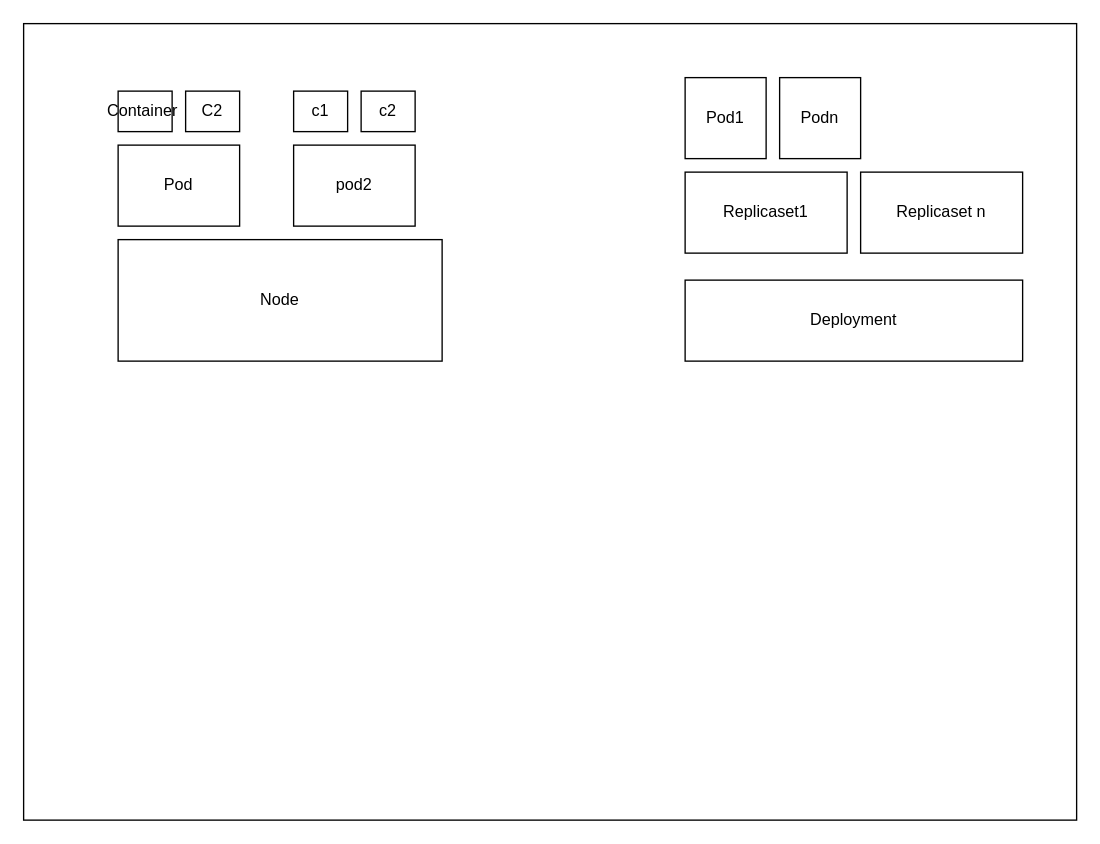
swanand7/spring-microservices-v2 keeps this draw.io diagram as 05.kubernetes/Untitled Diagram.drawio. Above is the earlier version. Source tidied: cells renumbered, new cells numbered last; positions are measured from the earlier drawing's top-left corner, leaving out a move shared by most shapes. Both pictures are drawn from the tidied source at 135%, with x=0, y=0 at pixel (23, 23).
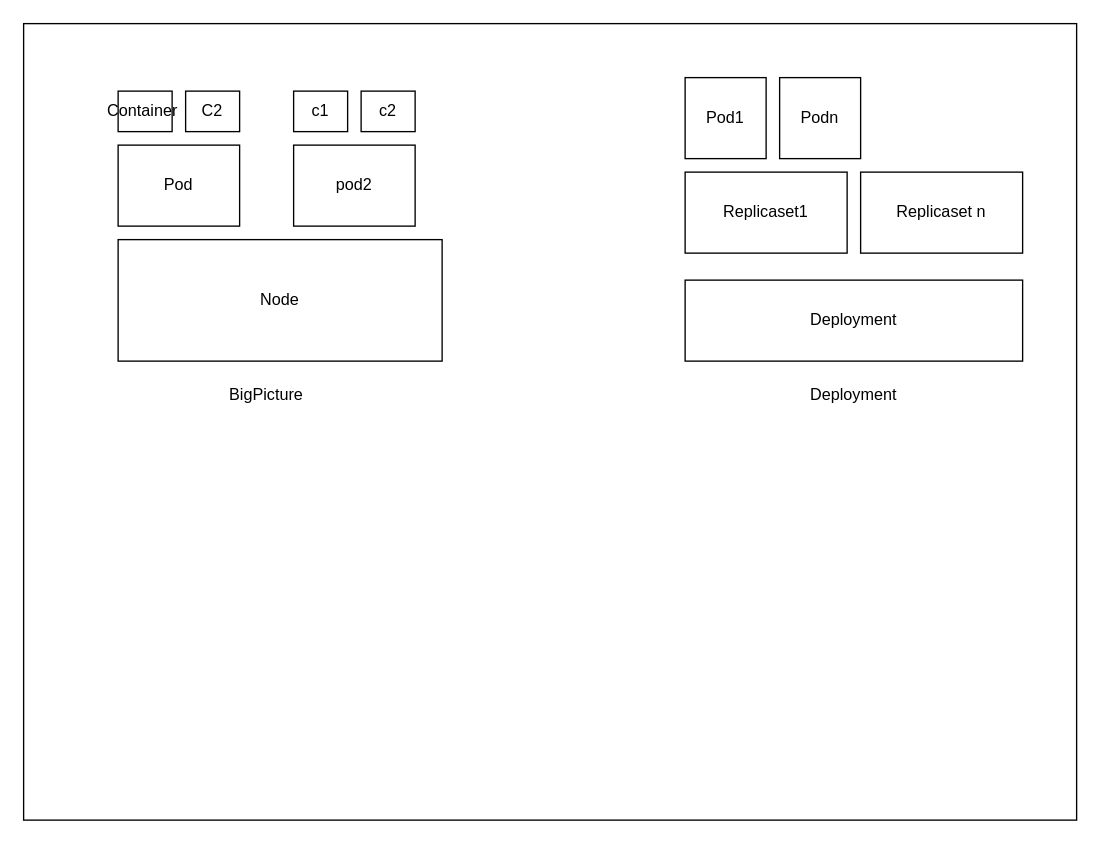
The same page after the edit.

What changed in the source:
```diff
@@
 <mxGraphModel>
   <root>
     <mxCell id="0" />
     <mxCell id="1" parent="0" />
     <mxCell id="2" style="rounded=0;whiteSpace=wrap;html=1;" parent="1" vertex="1">
       <mxGeometry width="780" height="590" as="geometry" />
     </mxCell>
     <mxCell id="3" value="Node" style="rounded=0;whiteSpace=wrap;html=1;" parent="1" vertex="1">
       <mxGeometry x="70" y="160" width="240" height="90" as="geometry" />
     </mxCell>
     <mxCell id="4" value="Pod" style="rounded=0;whiteSpace=wrap;html=1;" parent="1" vertex="1">
       <mxGeometry x="70" y="90" width="90" height="60" as="geometry" />
     </mxCell>
     <mxCell id="5" value="pod2" style="rounded=0;whiteSpace=wrap;html=1;" parent="1" vertex="1">
       <mxGeometry x="200" y="90" width="90" height="60" as="geometry" />
     </mxCell>
     <mxCell id="6" value="Container&lt;span style=&quot;white-space: pre;&quot;&gt; &lt;/span&gt;" style="rounded=0;whiteSpace=wrap;html=1;" parent="1" vertex="1">
       <mxGeometry x="70" y="50" width="40" height="30" as="geometry" />
     </mxCell>
     <mxCell id="7" value="C2" style="rounded=0;whiteSpace=wrap;html=1;" parent="1" vertex="1">
       <mxGeometry x="120" y="50" width="40" height="30" as="geometry" />
     </mxCell>
     <mxCell id="8" value="c1" style="rounded=0;whiteSpace=wrap;html=1;" parent="1" vertex="1">
       <mxGeometry x="200" y="50" width="40" height="30" as="geometry" />
     </mxCell>
     <mxCell id="9" value="c2" style="rounded=0;whiteSpace=wrap;html=1;" parent="1" vertex="1">
       <mxGeometry x="250" y="50" width="40" height="30" as="geometry" />
     </mxCell>
     <mxCell id="10" value="Deployment" style="rounded=0;whiteSpace=wrap;html=1;" parent="1" vertex="1">
       <mxGeometry x="490" y="190" width="250" height="60" as="geometry" />
     </mxCell>
     <mxCell id="11" value="Replicaset1" style="rounded=0;whiteSpace=wrap;html=1;" parent="1" vertex="1">
       <mxGeometry x="490" y="110" width="120" height="60" as="geometry" />
     </mxCell>
     <mxCell id="12" value="Replicaset n" style="rounded=0;whiteSpace=wrap;html=1;" parent="1" vertex="1">
       <mxGeometry x="620" y="110" width="120" height="60" as="geometry" />
     </mxCell>
     <mxCell id="13" value="Pod1" style="rounded=0;whiteSpace=wrap;html=1;" parent="1" vertex="1">
       <mxGeometry x="490" y="40" width="60" height="60" as="geometry" />
     </mxCell>
     <mxCell id="14" value="Podn" style="rounded=0;whiteSpace=wrap;html=1;" parent="1" vertex="1">
       <mxGeometry x="560" y="40" width="60" height="60" as="geometry" />
     </mxCell>
+    <mxCell id="15" value="BigPicture" style="text;html=1;strokeColor=none;fillColor=none;align=center;verticalAlign=middle;whiteSpace=wrap;rounded=0;" parent="1" vertex="1">
+      <mxGeometry x="150" y="260" width="60" height="30" as="geometry" />
+    </mxCell>
+    <mxCell id="16" value="Deployment" style="text;html=1;strokeColor=none;fillColor=none;align=center;verticalAlign=middle;whiteSpace=wrap;rounded=0;" parent="1" vertex="1">
+      <mxGeometry x="585" y="260" width="60" height="30" as="geometry" />
+    </mxCell>
   </root>
 </mxGraphModel>
```
